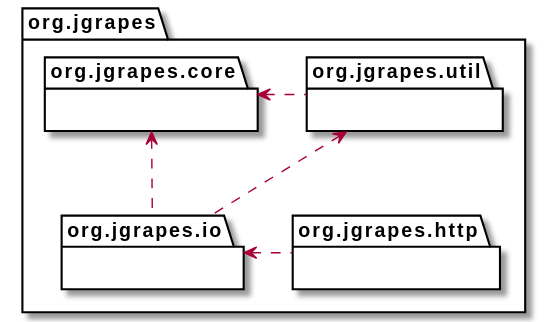
Before: javadoc/org/jgrapes/core/package-hierarchy.svg, a diagram exported from PlantUML (mnlipp/jgrapes). Its diagram source:
```plantuml
@startuml
skinparam svgLinkTarget _parent

 package org.jgrapes {
     package org.jgrapes.core [[../core/package-summary.html]] {
     }

     package org.jgrapes.util [[../util/package-summary.html]] {
     }

     package org.jgrapes.io [[../io/package-summary.html]] {
     }

     package org.jgrapes.http [[../http/package-summary.html]] {
     }
 }

 org.jgrapes.core <.right. org.jgrapes.util
 org.jgrapes.core <.. org.jgrapes.io
 org.jgrapes.util <.. org.jgrapes.io
 org.jgrapes.io <.right. org.jgrapes.http
@enduml
```
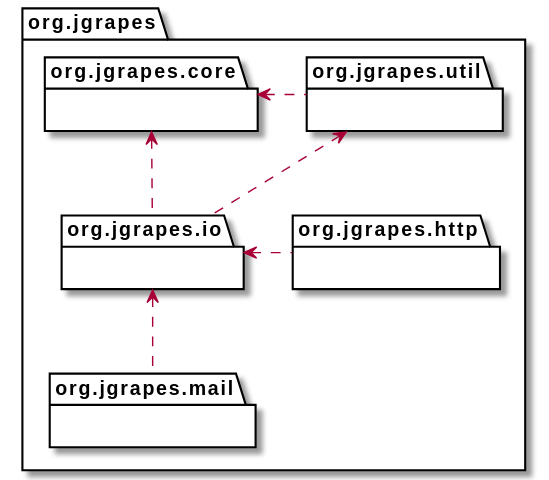
The same file after the commit.

Diff of the diagram source:
```diff
@@ -13,10 +13,14 @@
 
      package org.jgrapes.http [[../http/package-summary.html]] {
      }
+
+     package org.jgrapes.mail [[../mail/package-summary.html]] {
+     }
  }
 
  org.jgrapes.core <.right. org.jgrapes.util
  org.jgrapes.core <.. org.jgrapes.io
  org.jgrapes.util <.. org.jgrapes.io
  org.jgrapes.io <.right. org.jgrapes.http
+ org.jgrapes.io <.up. org.jgrapes.mail
 @enduml
```
